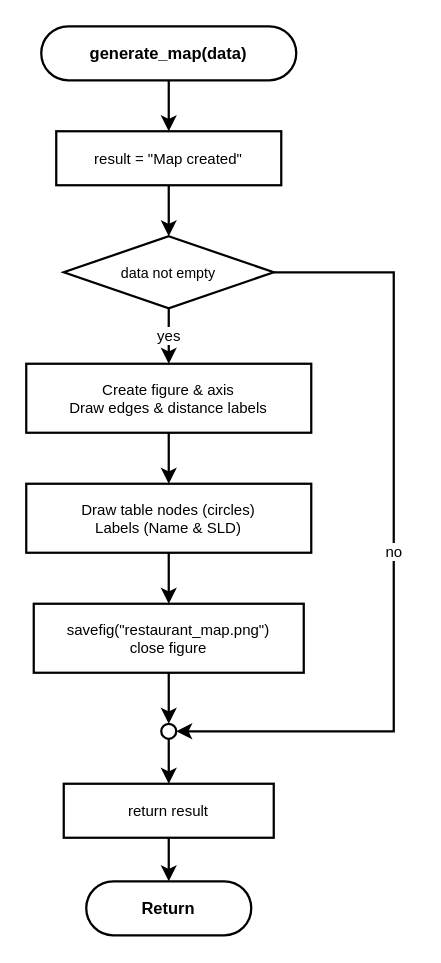
Earlier version of the draw.io diagram program002/flowchart/12_generate_map.drawio (kittiphong064008-cyber/AI-Coding). Source tidied: cells renumbered, new cells numbered last; positions are measured from the earlier drawing's top-left corner, leaving out a move shared by most shapes. Both pictures are drawn from the tidied source at 150%, with x=0, y=0 at pixel (26, 26).
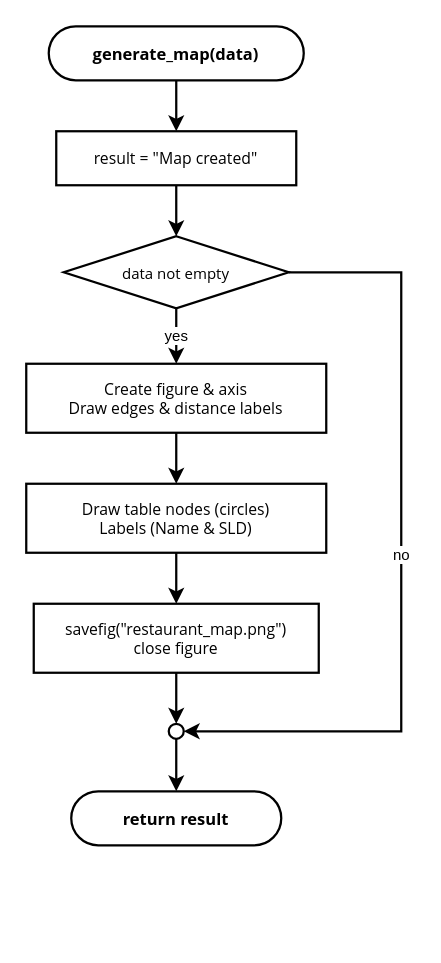
The same diagram, later.

What changed in the source:
```diff
@@
-    <mxCell id="2" value="generate_map(data)" style="rounded=1;whiteSpace=wrap;html=1;arcSize=50;fillColor=#ffffff;strokeColor=#000000;strokeWidth=1.5;fontSize=11;fontFamily=Helvetica;fontStyle=1;" parent="1" vertex="1">
-      <mxGeometry x="10" width="170" height="36" as="geometry" />
+    <mxCell id="2" value="generate_map(data)" style="rounded=1;whiteSpace=wrap;html=1;arcSize=50;fillColor=#ffffff;strokeColor=#000000;strokeWidth=1.5;fontSize=11;fontFamily=Segoe UI;fontStyle=1;" parent="1" vertex="1">
+      <mxGeometry x="15" width="170" height="36" as="geometry" />
     </mxCell>
-    <mxCell id="3" value="result = &quot;Map created&quot;" style="rounded=0;whiteSpace=wrap;html=1;fillColor=#ffffff;strokeColor=#000000;strokeWidth=1.5;fontSize=10;fontFamily=Helvetica;" parent="1" vertex="1">
-      <mxGeometry x="20" y="70" width="150" height="36" as="geometry" />
+    <mxCell id="3" value="result = &quot;Map created&quot;" style="rounded=0;whiteSpace=wrap;html=1;fillColor=#ffffff;strokeColor=#000000;strokeWidth=1.5;fontSize=10.5;fontFamily=Segoe UI;" parent="1" vertex="1">
+      <mxGeometry x="20" y="70" width="160" height="36" as="geometry" />
     </mxCell>
-    <mxCell id="4" value="data not empty" style="rhombus;whiteSpace=wrap;html=1;fillColor=#ffffff;strokeColor=#000000;strokeWidth=1.5;fontSize=9.5;fontFamily=Helvetica;" parent="1" vertex="1">
-      <mxGeometry x="25" y="140" width="140" height="48" as="geometry" />
+    <mxCell id="4" value="data not empty" style="rhombus;whiteSpace=wrap;html=1;fillColor=#ffffff;strokeColor=#000000;strokeWidth=1.5;fontSize=10;fontFamily=Segoe UI;" parent="1" vertex="1">
+      <mxGeometry x="25" y="140" width="150" height="48" as="geometry" />
     </mxCell>
-    <mxCell id="5" value="Create figure &amp; axis&#10;Draw edges &amp; distance labels" style="rounded=0;whiteSpace=wrap;html=1;fillColor=#ffffff;strokeColor=#000000;strokeWidth=1.5;fontSize=10;fontFamily=Helvetica;" parent="1" vertex="1">
-      <mxGeometry y="225" width="190" height="46" as="geometry" />
+    <mxCell id="5" value="Create figure &amp; axis&#10;Draw edges &amp; distance labels" style="rounded=0;whiteSpace=wrap;html=1;fillColor=#ffffff;strokeColor=#000000;strokeWidth=1.5;fontSize=10.5;fontFamily=Segoe UI;" parent="1" vertex="1">
+      <mxGeometry y="225" width="200" height="46" as="geometry" />
     </mxCell>
-    <mxCell id="6" value="Draw table nodes (circles)&#10;Labels (Name &amp; SLD)" style="rounded=0;whiteSpace=wrap;html=1;fillColor=#ffffff;strokeColor=#000000;strokeWidth=1.5;fontSize=10;fontFamily=Helvetica;" parent="1" vertex="1">
-      <mxGeometry y="305" width="190" height="46" as="geometry" />
+    <mxCell id="6" value="Draw table nodes (circles)&#10;Labels (Name &amp; SLD)" style="rounded=0;whiteSpace=wrap;html=1;fillColor=#ffffff;strokeColor=#000000;strokeWidth=1.5;fontSize=10.5;fontFamily=Segoe UI;" parent="1" vertex="1">
+      <mxGeometry y="305" width="200" height="46" as="geometry" />
     </mxCell>
-    <mxCell id="7" value="savefig(&quot;restaurant_map.png&quot;)&#10;close figure" style="rounded=0;whiteSpace=wrap;html=1;fillColor=#ffffff;strokeColor=#000000;strokeWidth=1.5;fontSize=10;fontFamily=Helvetica;" parent="1" vertex="1">
-      <mxGeometry x="5" y="385" width="180" height="46" as="geometry" />
+    <mxCell id="7" value="savefig(&quot;restaurant_map.png&quot;)&#10;close figure" style="rounded=0;whiteSpace=wrap;html=1;fillColor=#ffffff;strokeColor=#000000;strokeWidth=1.5;fontSize=10.5;fontFamily=Segoe UI;" parent="1" vertex="1">
+      <mxGeometry x="5" y="385" width="190" height="46" as="geometry" />
     </mxCell>
     <mxCell id="8" style="ellipse;whiteSpace=wrap;html=1;fillColor=#ffffff;strokeColor=#000000;strokeWidth=1.5;" parent="1" vertex="1">
-      <mxGeometry x="90" y="465" width="10" height="10" as="geometry" />
+      <mxGeometry x="95" y="465" width="10" height="10" as="geometry" />
     </mxCell>
-    <mxCell id="9" value="return result" style="rounded=0;whiteSpace=wrap;html=1;fillColor=#ffffff;strokeColor=#000000;strokeWidth=1.5;fontSize=10;fontFamily=Helvetica;" parent="1" vertex="1">
-      <mxGeometry x="25" y="505" width="140" height="36" as="geometry" />
-    </mxCell>
-    <mxCell id="10" value="Return" style="rounded=1;whiteSpace=wrap;html=1;arcSize=50;fillColor=#ffffff;strokeColor=#000000;strokeWidth=1.5;fontSize=11;fontFamily=Helvetica;fontStyle=1;" parent="1" vertex="1">
-      <mxGeometry x="40" y="570" width="110" height="36" as="geometry" />
+    <mxCell id="10" value="return result" style="rounded=1;whiteSpace=wrap;html=1;arcSize=50;fillColor=#ffffff;strokeColor=#000000;strokeWidth=1.5;fontSize=11;fontFamily=Segoe UI;fontStyle=1;" parent="1" vertex="1">
+      <mxGeometry x="30" y="510" width="140" height="36" as="geometry" />
     </mxCell>
@@
     <mxCell id="17" value="no" style="edgeStyle=orthogonalEdgeStyle;rounded=0;jettySize=auto;html=1;strokeWidth=1.5;strokeColor=#000000;fontSize=10;fontColor=#000000;exitX=1;exitY=0.5;exitDx=0;exitDy=0;entryX=1;entryY=0.5;entryDx=0;entryDy=0;" parent="1" edge="1" source="4" target="8">
       <mxGeometry relative="1" as="geometry">
         <Array as="points">
-          <mxPoint x="245" y="164" />
-          <mxPoint x="245" y="470" />
+          <mxPoint x="250" y="164" />
+          <mxPoint x="250" y="470" />
         </Array>
       </mxGeometry>
     </mxCell>
-    <mxCell id="18" style="edgeStyle=orthogonalEdgeStyle;rounded=0;jettySize=auto;html=1;strokeWidth=1.5;strokeColor=#000000;fontSize=10;fontColor=#000000;" parent="1" edge="1" source="8" target="9">
+    <mxCell id="18" style="edgeStyle=orthogonalEdgeStyle;rounded=0;jettySize=auto;html=1;strokeWidth=1.5;strokeColor=#000000;fontSize=10;fontColor=#000000;" parent="1" edge="1" source="8" target="10">
       <mxGeometry relative="1" as="geometry" />
     </mxCell>
-    <mxCell id="19" style="edgeStyle=orthogonalEdgeStyle;rounded=0;jettySize=auto;html=1;strokeWidth=1.5;strokeColor=#000000;fontSize=10;fontColor=#000000;" parent="1" edge="1" source="9" target="10">
-      <mxGeometry relative="1" as="geometry" />
-    </mxCell>
```
